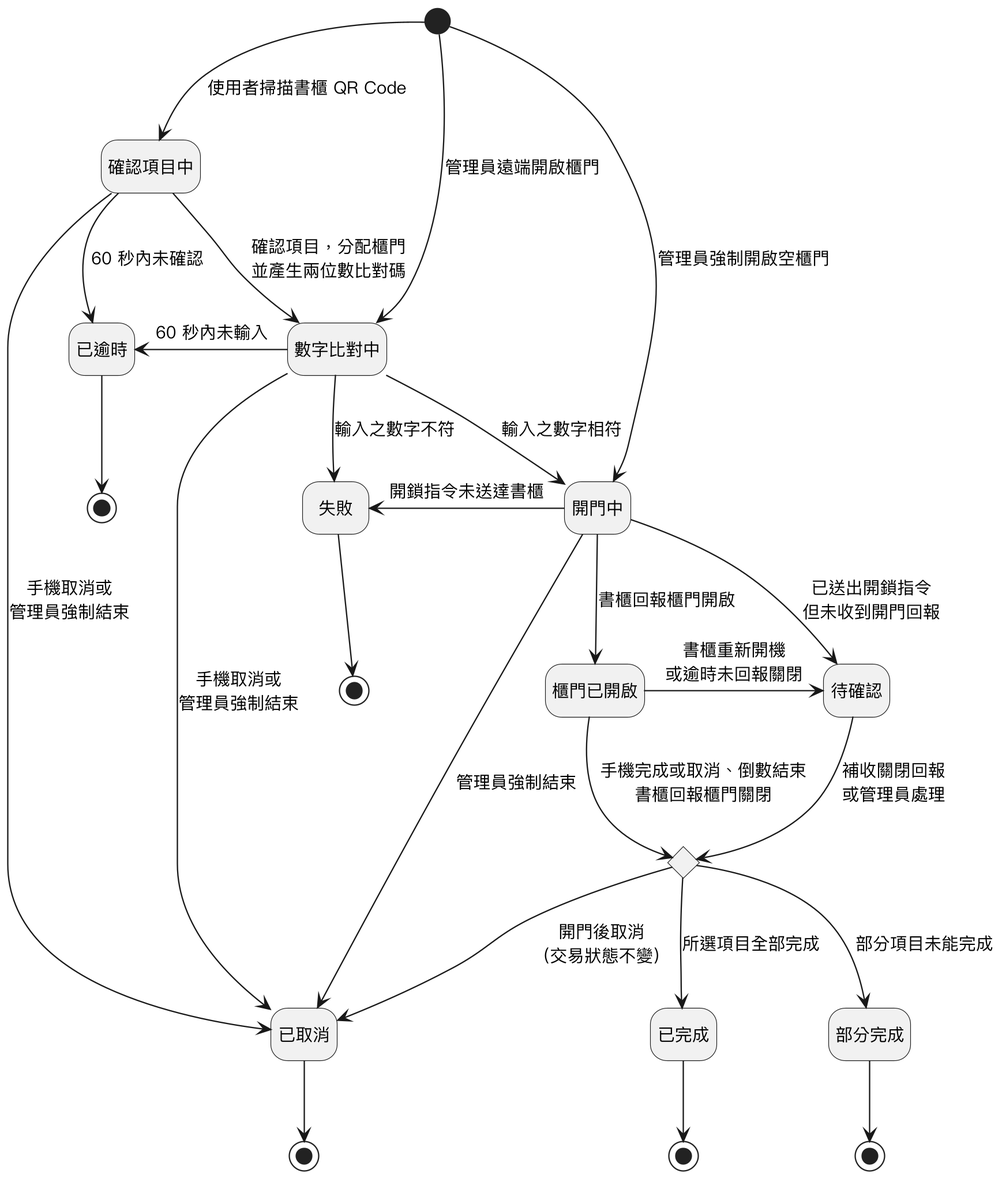
This is Diagrams/State Machine/v3/state_cabinet_sessions.png from SaveMyBook/SaveMyBook, a PlantUML export, as it was before one commit.
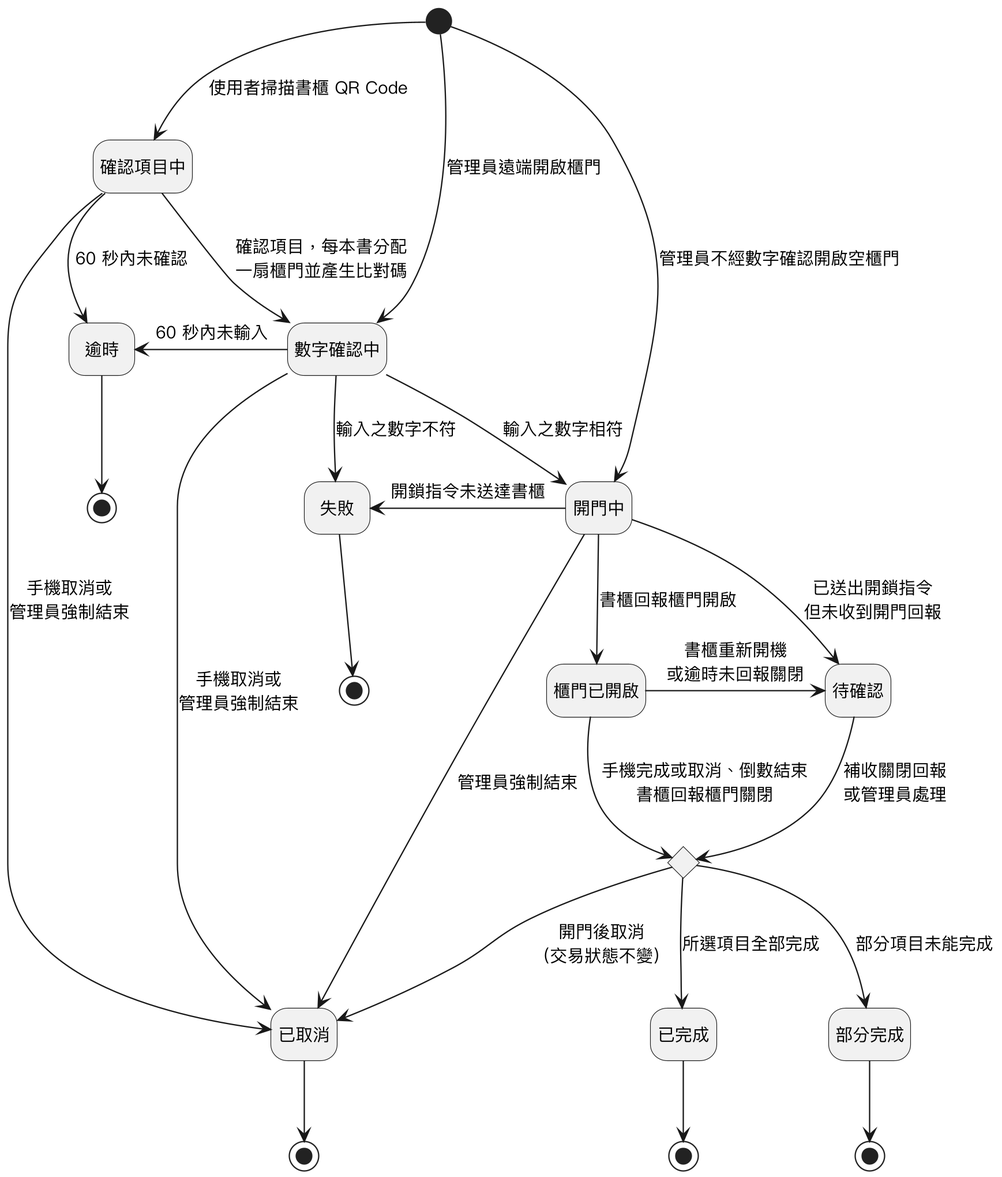
The same diagram one commit later.

The edit, as a diff of the source:
```diff
@@ -8,8 +8,8 @@
 skinparam nodesep 30
 
 state 確認項目中
-state 數字比對中
-state 已逾時
+state 數字確認中
+state 逾時
 state 部分完成
 state 失敗
 state 待確認
@@ -25,15 +25,15 @@
 state 逾時終點 <<end>>
 
 [*] --> 確認項目中 : 使用者掃描書櫃 QR Code
-[*] --> 數字比對中 : 管理員遠端開啟櫃門
-[*] --> 開門中 : 管理員強制開啟空櫃門
-確認項目中 --> 數字比對中 : 確認項目，分配櫃門\n並產生兩位數比對碼
-確認項目中 --> 已逾時 : 60 秒內未確認
+[*] --> 數字確認中 : 管理員遠端開啟櫃門
+[*] --> 開門中 : 管理員不經數字確認開啟空櫃門
+確認項目中 --> 數字確認中 : 確認項目，每本書分配\n一扇櫃門並產生比對碼
+確認項目中 --> 逾時 : 60 秒內未確認
 確認項目中 --> 已取消 : 手機取消或\n管理員強制結束
-數字比對中 --> 開門中 : 輸入之數字相符
-數字比對中 --> 失敗 : 輸入之數字不符
-數字比對中 -left-> 已逾時 : 60 秒內未輸入
-數字比對中 --> 已取消 : 手機取消或\n管理員強制結束
+數字確認中 --> 開門中 : 輸入之數字相符
+數字確認中 --> 失敗 : 輸入之數字不符
+數字確認中 -left-> 逾時 : 60 秒內未輸入
+數字確認中 --> 已取消 : 手機取消或\n管理員強制結束
 開門中 --> 櫃門已開啟 : 書櫃回報櫃門開啟
 開門中 --> 待確認 : 已送出開鎖指令\n但未收到開門回報
 開門中 -left-> 失敗 : 開鎖指令未送達書櫃
@@ -48,5 +48,5 @@
 部分完成 --> 部分完成終點
 已取消 --> 取消終點
 失敗 --> 失敗終點
-已逾時 --> 逾時終點
+逾時 --> 逾時終點
 @enduml
```
